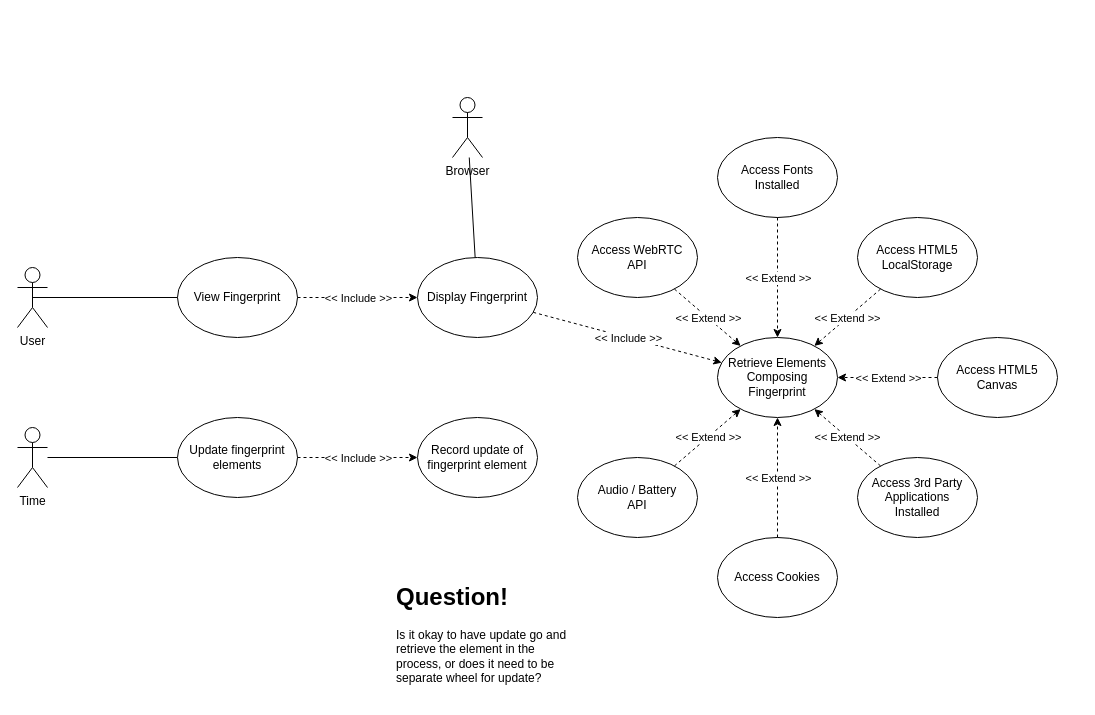
This is documentation/Use-Cases/View-Fingerprint.drawio from 19ATF72/Telemetry-Analysis, a draw.io file, before an edit. Source tidied: cells renumbered, new cells numbered last; positions are measured from the earlier drawing's top-left corner, leaving out a move shared by most shapes. Both pictures are drawn from the tidied source at 100%, with x=0, y=0 at pixel (17, 97).
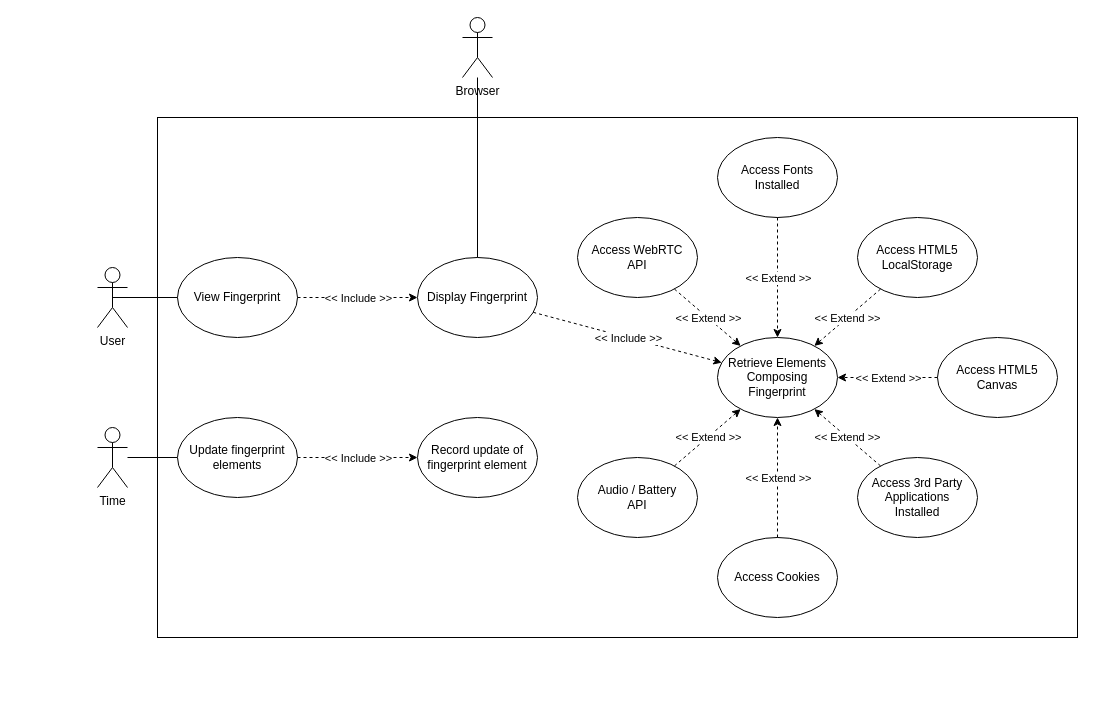
The same diagram, later.

Diff of the diagram source:
```diff
@@
+    <mxCell id="41" style="rounded=0;whiteSpace=wrap;html=1;" parent="1" vertex="1">
+      <mxGeometry x="140" y="20" width="920" height="520" as="geometry" />
+    </mxCell>
     <mxCell id="2" value="User" style="shape=umlActor;verticalLabelPosition=bottom;verticalAlign=top;html=1;outlineConnect=0;" parent="1" vertex="1">
-      <mxGeometry y="170" width="30" height="60" as="geometry" />
+      <mxGeometry x="80" y="170" width="30" height="60" as="geometry" />
     </mxCell>
@@
     <mxCell id="4" value="Browser" style="shape=umlActor;verticalLabelPosition=bottom;verticalAlign=top;html=1;outlineConnect=0;" parent="1" vertex="1">
-      <mxGeometry x="435" width="30" height="60" as="geometry" />
+      <mxGeometry x="445" y="-80" width="30" height="60" as="geometry" />
     </mxCell>
@@
     <mxCell id="35" value="Time" style="shape=umlActor;verticalLabelPosition=bottom;verticalAlign=top;html=1;outlineConnect=0;" parent="1" vertex="1">
-      <mxGeometry y="330" width="30" height="60" as="geometry" />
+      <mxGeometry x="80" y="330" width="30" height="60" as="geometry" />
     </mxCell>
@@
-    <mxCell id="40" value="&lt;h1&gt;Question!&lt;/h1&gt;&lt;p&gt;Is it okay to have update go and retrieve the element in the process, or does it need to be separate wheel for update?&lt;/p&gt;" style="text;html=1;strokeColor=none;fillColor=none;spacing=5;spacingTop=-20;whiteSpace=wrap;overflow=hidden;rounded=0;" parent="1" vertex="1">
-      <mxGeometry x="374" y="480" width="190" height="120" as="geometry" />
-    </mxCell>
```
